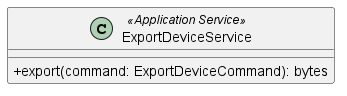
Earlier version of the PlantUML export src/PB/DocumentazioneEsterna/Specifica_Tecnica/content/05-diagrammi-classi/uml/png/Export/ExportDeviceService.png (GroupRubberDuck/Documentazione).
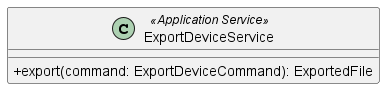
Later version of the same file.

The edit, as a diff of the source:
```diff
@@ -2,7 +2,7 @@
 skinparam classAttributeIconSize 0
 
 class ExportDeviceService <<Application Service>> {
-    + export(command: ExportDeviceCommand): bytes
+    + export(command: ExportDeviceCommand): ExportedFile
 }
 
 @enduml
```
